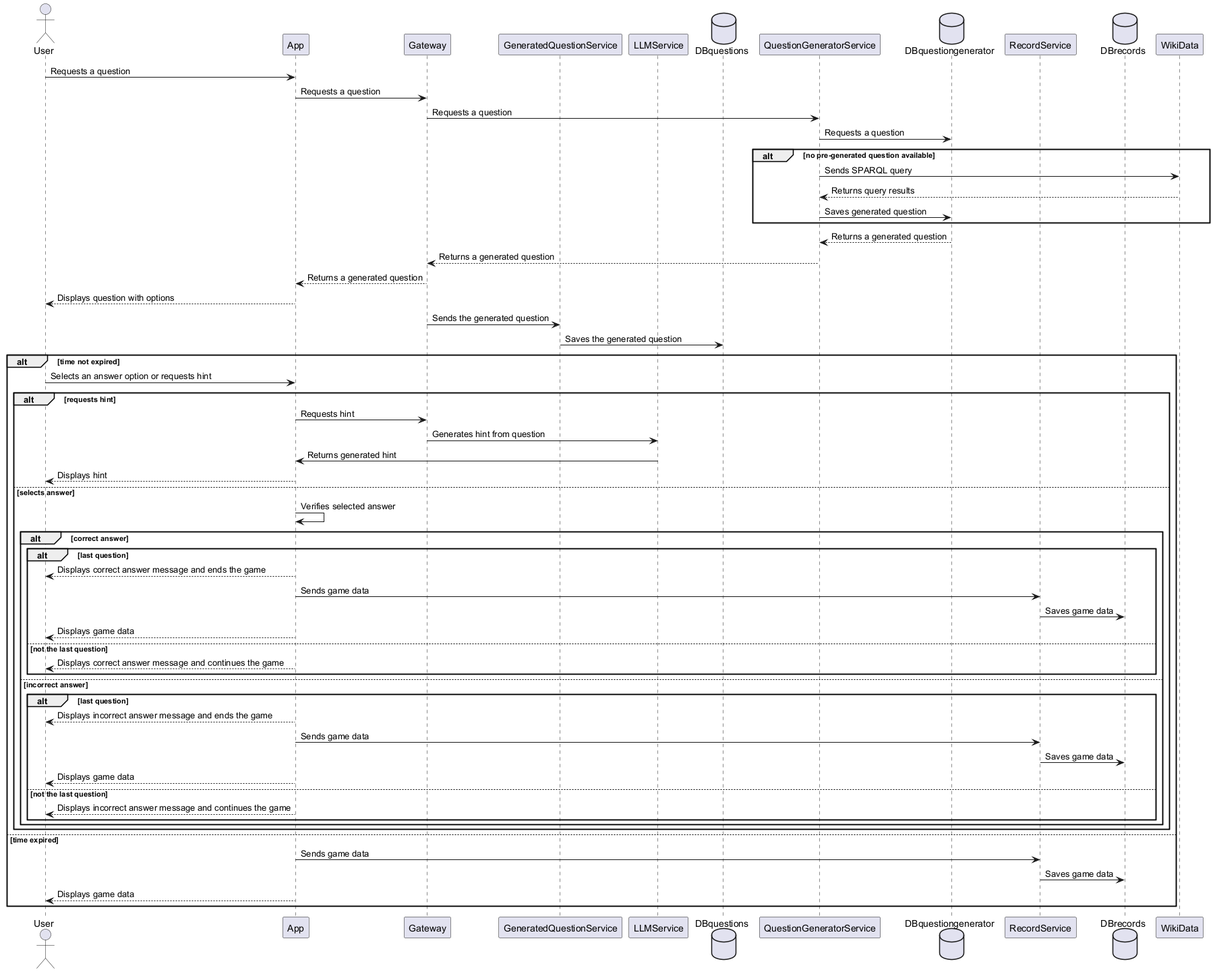
Earlier version of the PlantUML export images/question_response.png (Arquisoft/wichat_es6b).
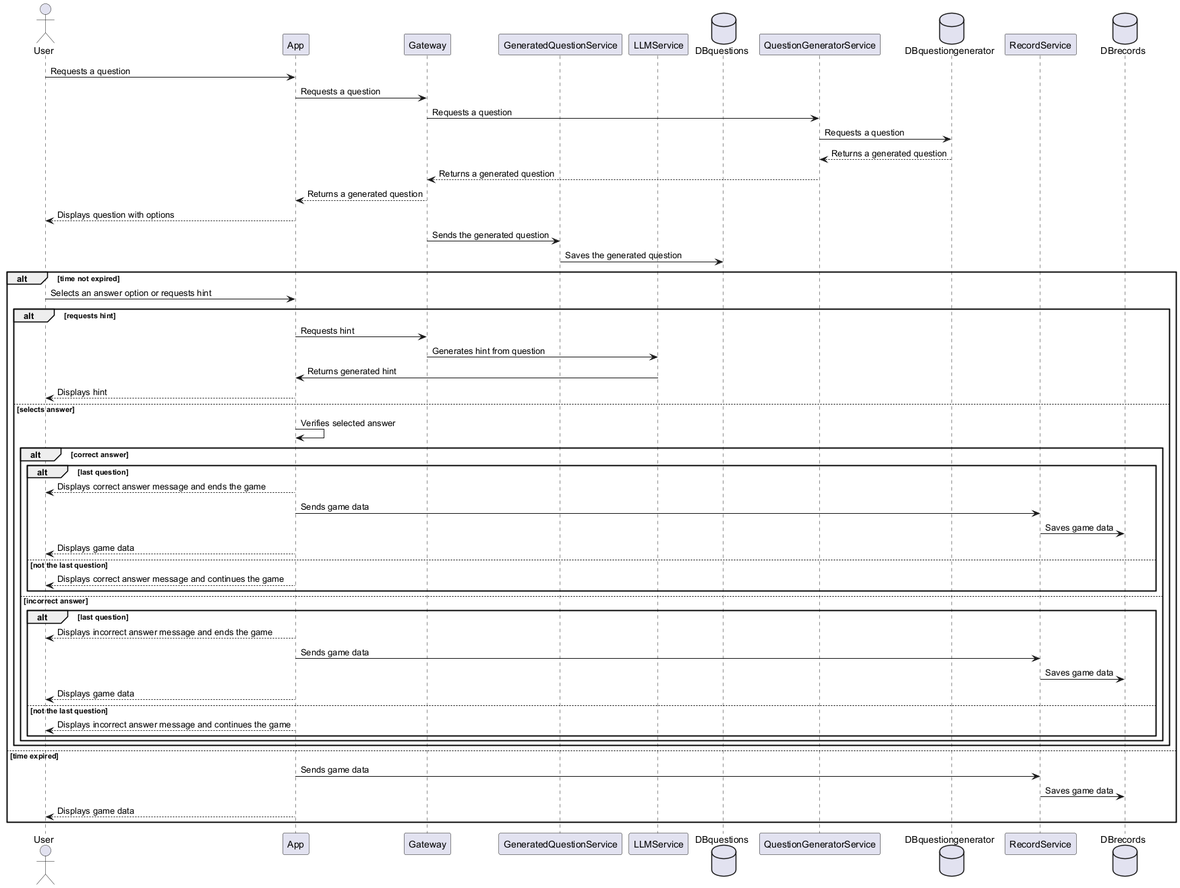
After the commit.

The edit, as a diff of the source:
```diff
@@ -9,17 +9,11 @@
 database DBquestiongenerator
 participant RecordService
 database DBrecords
-participant WikiData
 
 User -> App: Requests a question
 App -> Gateway: Requests a question
 Gateway -> QuestionGeneratorService: Requests a question
 QuestionGeneratorService -> DBquestiongenerator: Requests a question
-alt no pre-generated question available
-    QuestionGeneratorService -> WikiData: Sends SPARQL query
-    WikiData --> QuestionGeneratorService: Returns query results
-    QuestionGeneratorService -> DBquestiongenerator: Saves generated question
-end
 QuestionGeneratorService <-- DBquestiongenerator: Returns a generated question
 Gateway <-- QuestionGeneratorService: Returns a generated question
 App <-- Gateway: Returns a generated question
```
